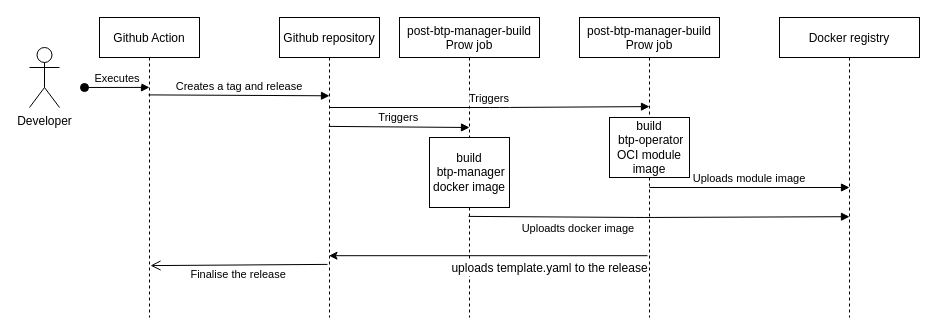
Above: docs/assets/release.drawio in kyma-project/btp-manager (draw.io), before the change. Source tidied: cells renumbered, new cells numbered last; positions are measured from the earlier drawing's top-left corner, leaving out a move shared by most shapes. Both pictures are drawn from the tidied source at 100%, with x=0, y=0 at pixel (29, 17).
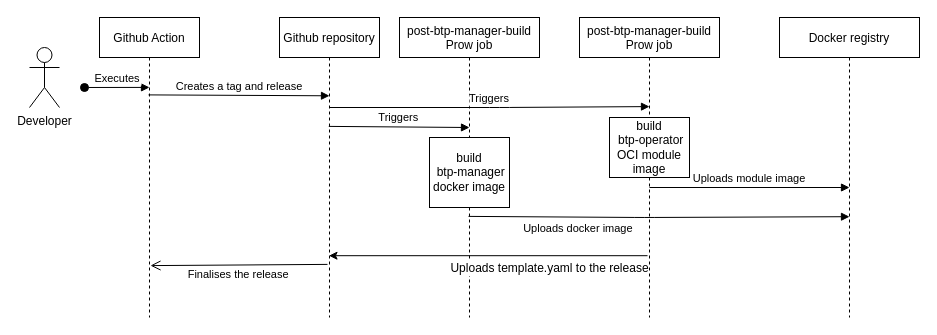
After the change.

Unchanged cells that the change refers to:
```xml
<mxCell id="2" value="Github Action" style="shape=umlLifeline;perimeter=lifelinePerimeter;rounded=0;shadow=0;strokeWidth=1;" parent="1" vertex="1">
  <mxGeometry x="70" width="100" height="300" as="geometry" />
</mxCell>
<mxCell id="4" value="Github repository" style="shape=umlLifeline;perimeter=lifelinePerimeter;rounded=0;shadow=0;strokeWidth=1;" parent="1" vertex="1">
  <mxGeometry x="250" width="100" height="300" as="geometry" />
</mxCell>
<mxCell id="7" value="post-btp-manager-build&#10;Prow job" style="shape=umlLifeline;perimeter=lifelinePerimeter;rounded=0;shadow=0;strokeWidth=1;" parent="1" vertex="1">
  <mxGeometry x="370" width="140" height="300" as="geometry" />
</mxCell>
<mxCell id="11" value="Docker registry" style="shape=umlLifeline;perimeter=lifelinePerimeter;rounded=0;shadow=0;strokeWidth=1;" parent="1" vertex="1">
  <mxGeometry x="750" width="140" height="300" as="geometry" />
</mxCell>
<mxCell id="16" style="endArrow=classic;html=1;rounded=0;strokeWidth=1;fontSize=12;exitX=0.486;exitY=0.794;exitDx=0;exitDy=0;exitPerimeter=0;" parent="1" edge="1" source="9" target="4">
  <mxGeometry relative="1" as="geometry" />
</mxCell>
```

Diff of the diagram source:
```diff
@@
-    <mxCell id="5" value="Finalise the release" style="verticalAlign=bottom;endArrow=open;endSize=8;exitX=0.48;exitY=0.823;shadow=0;strokeWidth=1;exitDx=0;exitDy=0;exitPerimeter=0;entryX=0.51;entryY=0.827;entryDx=0;entryDy=0;entryPerimeter=0;" parent="1" edge="1" source="4" target="2">
+    <mxCell id="5" value="Finalises the release" style="verticalAlign=bottom;endArrow=open;endSize=8;exitX=0.48;exitY=0.823;shadow=0;strokeWidth=1;exitDx=0;exitDy=0;exitPerimeter=0;entryX=0.51;entryY=0.827;entryDx=0;entryDy=0;entryPerimeter=0;" parent="1" edge="1" source="4" target="2">
       <mxGeometry y="18" relative="1" as="geometry" />
     </mxCell>
@@
-    <mxCell id="15" value="Uploadts docker image" style="verticalAlign=bottom;endArrow=block;shadow=0;strokeWidth=1;entryX=0.5;entryY=0.664;entryDx=0;entryDy=0;entryPerimeter=0;exitX=0.493;exitY=0.663;exitDx=0;exitDy=0;exitPerimeter=0;" parent="1" edge="1" source="7" target="11">
+    <mxCell id="15" value="Uploads docker image" style="verticalAlign=bottom;endArrow=block;shadow=0;strokeWidth=1;entryX=0.5;entryY=0.664;entryDx=0;entryDy=0;entryPerimeter=0;exitX=0.493;exitY=0.663;exitDx=0;exitDy=0;exitPerimeter=0;" parent="1" edge="1" source="7" target="11">
       <mxGeometry x="-0.42" y="-20" relative="1" as="geometry">
         <Array as="points">
           <mxPoint x="614.7" y="200" />
         </Array>
       </mxGeometry>
     </mxCell>
@@
-    <mxCell id="17" value="uploads template.yaml to the release" style="edgeLabel;html=1;align=center;verticalAlign=middle;fontSize=12;" parent="16" vertex="1">
+    <mxCell id="17" value="Uploads template.yaml to the release" style="edgeLabel;html=1;align=center;verticalAlign=middle;fontSize=12;" parent="16" vertex="1">
       <mxGeometry x="-0.12" y="-4" relative="1" as="geometry">
         <mxPoint x="41" y="16" as="offset" />
       </mxGeometry>
     </mxCell>
```
